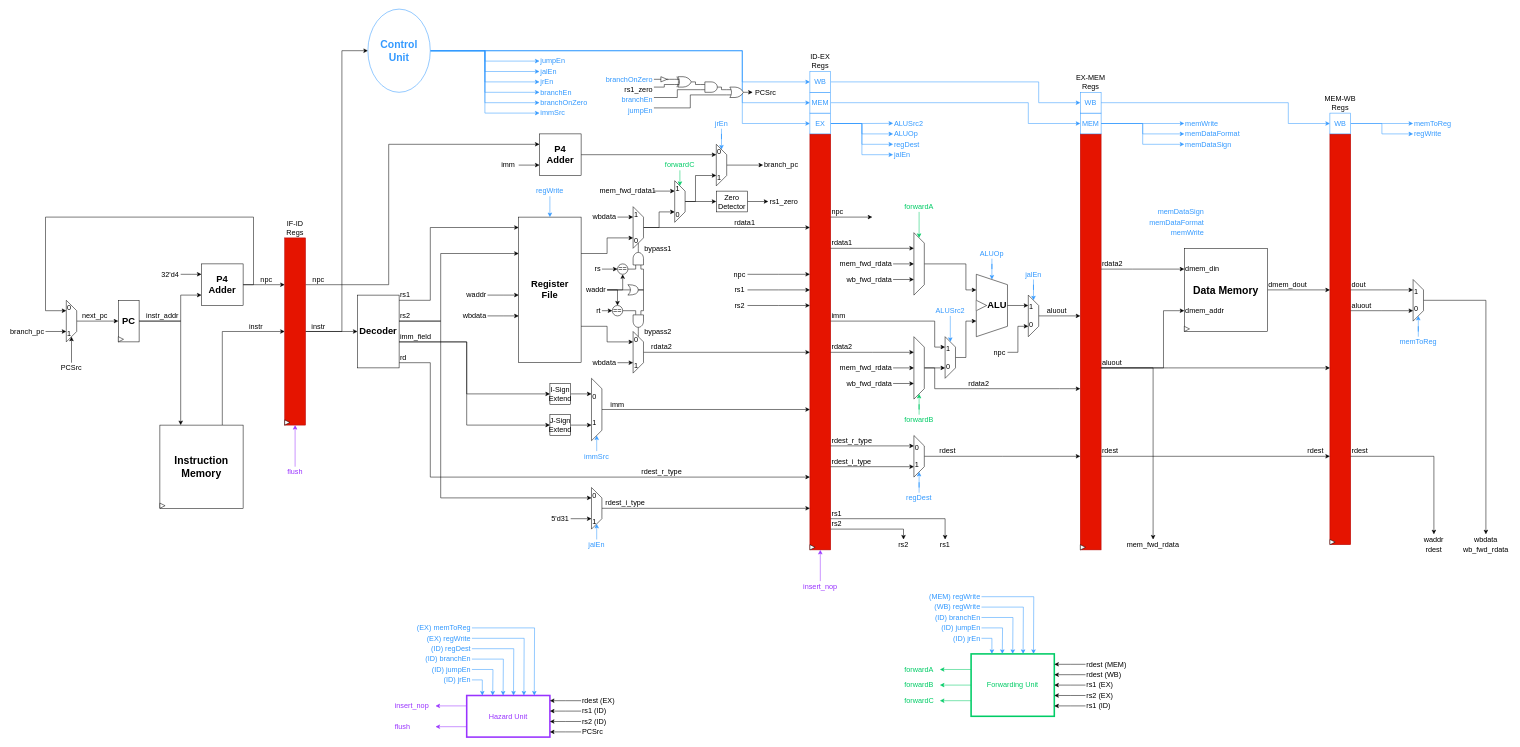
lorenzobadas/DLX keeps this draw.io diagram as docs/dlx_architecture.drawio. Above is the earlier version. Source tidied: cells renumbered, new cells numbered last; positions are measured from the earlier drawing's top-left corner, leaving out a move shared by most shapes. Both pictures are drawn from the tidied source at 52%, with x=0, y=0 at pixel (9, 9).
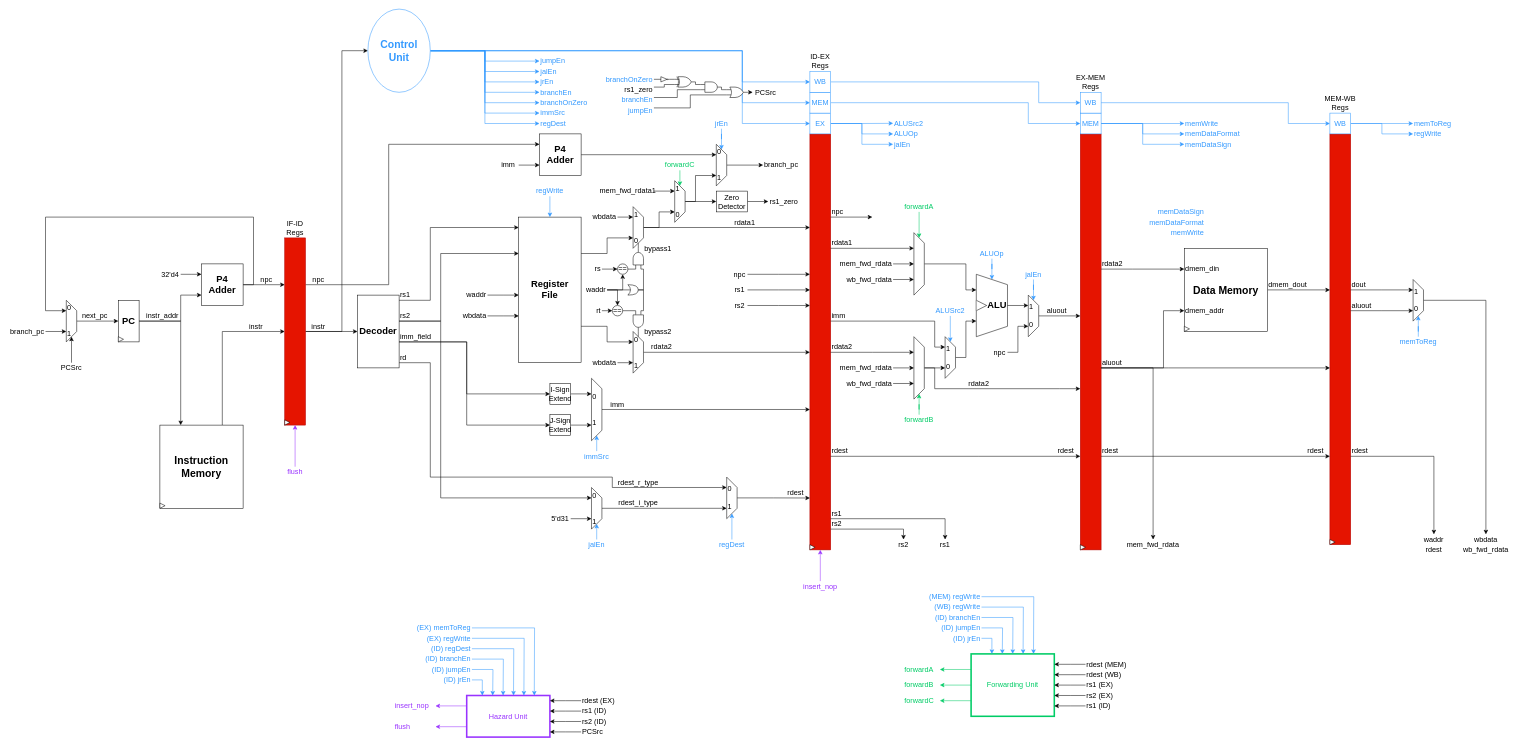
The same diagram, later.

Commit message:
update dlx_architecture

Unchanged cells that the change refers to:
```xml
<mxCell id="44" value="&lt;b&gt;&lt;font style=&quot;font-size: 20px;&quot;&gt;Control&lt;/font&gt;&lt;/b&gt;&lt;div&gt;&lt;b&gt;&lt;font style=&quot;font-size: 20px;&quot;&gt;Unit&lt;/font&gt;&lt;/b&gt;&lt;/div&gt;" style="ellipse;whiteSpace=wrap;html=1;fontColor=#3399FF;strokeColor=#3399FF;fontSize=14;" parent="1" vertex="1">
  <mxGeometry x="690" width="120" height="160" as="geometry" />
</mxCell>
<mxCell id="49" value="&lt;font style=&quot;color: rgb(51, 153, 255);&quot;&gt;EX&lt;/font&gt;" style="rounded=0;whiteSpace=wrap;html=1;strokeColor=#3399FF;fontSize=14;" parent="1" vertex="1">
  <mxGeometry x="1540" y="200" width="40" height="40" as="geometry" />
</mxCell>
<mxCell id="82" value="0&lt;div&gt;&lt;br&gt;&lt;/div&gt;&lt;div&gt;&lt;br&gt;&lt;/div&gt;&lt;div&gt;1&lt;/div&gt;" style="shape=trapezoid;perimeter=trapezoidPerimeter;whiteSpace=wrap;html=1;fixedSize=1;flipV=0;flipH=0;direction=south;align=left;fontSize=14;" parent="1" vertex="1">
  <mxGeometry x="1120" y="920" width="20" height="80" as="geometry" />
</mxCell>
```

The edit, as a diff of the source:
```diff
@@
+    <mxCell id="348" style="edgeStyle=orthogonalEdgeStyle;rounded=0;jettySize=auto;html=1;exitX=1;exitY=0.5;exitDx=0;exitDy=0;entryX=0;entryY=0.5;entryDx=0;entryDy=0;strokeColor=#3399FF;" parent="1" edge="1" source="44" target="224">
+      <mxGeometry relative="1" as="geometry" />
+    </mxCell>
@@
-    <mxCell id="47" style="edgeStyle=orthogonalEdgeStyle;rounded=0;jettySize=auto;html=1;exitX=1;exitY=0.5;exitDx=0;exitDy=0;entryX=0;entryY=0.5;entryDx=0;entryDy=0;strokeColor=#3399FF;fontSize=14;" parent="1" edge="1" source="49" target="224">
-      <mxGeometry relative="1" as="geometry" />
-    </mxCell>
@@
-    <mxCell id="80" style="endArrow=classic;html=1;rounded=0;edgeStyle=orthogonalEdgeStyle;fontSize=14;" parent="1" edge="1">
+    <mxCell id="80" style="endArrow=classic;html=1;rounded=0;edgeStyle=orthogonalEdgeStyle;fontSize=14;entryX=0.25;entryY=1;entryDx=0;entryDy=0;" parent="1" edge="1" target="215">
       <mxGeometry relative="1" as="geometry">
         <mxPoint x="750" y="680" as="sourcePoint" />
-        <mxPoint x="1540" y="900" as="targetPoint" />
         <Array as="points">
           <mxPoint x="810" y="680" />
           <mxPoint x="810" y="900" />
+          <mxPoint x="1160" y="900" />
+          <mxPoint x="1160" y="920" />
         </Array>
       </mxGeometry>
     </mxCell>
-    <mxCell id="81" style="rounded=0;jettySize=auto;html=1;exitX=0.5;exitY=0;exitDx=0;exitDy=0;fontSize=14;" parent="1" edge="1" source="82">
-      <mxGeometry relative="1" as="geometry">
-        <mxPoint x="1540" y="960" as="targetPoint" />
-      </mxGeometry>
+    <mxCell id="81" style="rounded=0;jettySize=auto;html=1;exitX=0.5;exitY=0;exitDx=0;exitDy=0;fontSize=14;entryX=0.75;entryY=1;entryDx=0;entryDy=0;" parent="1" edge="1" source="82" target="215">
+      <mxGeometry relative="1" as="geometry" />
     </mxCell>
@@
     <mxCell id="95" value="rdest_i_type" style="text;html=1;align=center;verticalAlign=middle;whiteSpace=wrap;rounded=0;fontSize=14;" parent="1" vertex="1">
-      <mxGeometry x="1140" y="940" width="90" height="20" as="geometry" />
+      <mxGeometry x="1160" y="940" width="100" height="20" as="geometry" />
     </mxCell>
     <mxCell id="96" value="rdest_r_type" style="text;html=1;align=center;verticalAlign=middle;whiteSpace=wrap;rounded=0;fontSize=14;" parent="1" vertex="1">
-      <mxGeometry x="1220" y="880" width="70" height="20" as="geometry" />
+      <mxGeometry x="1160" y="900" width="100" height="20" as="geometry" />
     </mxCell>
@@
-    <mxCell id="214" style="edgeStyle=orthogonalEdgeStyle;rounded=0;jettySize=auto;html=1;exitX=0.5;exitY=0;exitDx=0;exitDy=0;fontSize=14;" parent="1" edge="1" source="215">
+    <mxCell id="214" style="rounded=0;jettySize=auto;html=1;exitX=0;exitY=1;exitDx=0;exitDy=0;fontSize=14;edgeStyle=orthogonalEdgeStyle;" parent="1" edge="1" source="235">
       <mxGeometry relative="1" as="geometry">
         <mxPoint x="2060" y="860" as="targetPoint" />
+        <Array as="points">
+          <mxPoint x="1865" y="860" />
+          <mxPoint x="1865" y="860" />
+        </Array>
       </mxGeometry>
     </mxCell>
-    <mxCell id="215" value="0&lt;div&gt;&lt;br&gt;&lt;/div&gt;&lt;div&gt;1&lt;/div&gt;" style="shape=trapezoid;perimeter=trapezoidPerimeter;whiteSpace=wrap;html=1;fixedSize=1;flipV=0;flipH=0;direction=south;align=left;fontSize=14;" parent="1" vertex="1">
-      <mxGeometry x="1740" y="820" width="20" height="80" as="geometry" />
-    </mxCell>
-    <mxCell id="216" style="edgeStyle=orthogonalEdgeStyle;rounded=0;jettySize=auto;html=1;exitX=0.5;exitY=0;exitDx=0;exitDy=0;entryX=1;entryY=0.5;entryDx=0;entryDy=0;strokeColor=#3399FF;fontSize=14;" parent="1" edge="1" source="217" target="215">
-      <mxGeometry relative="1" as="geometry" />
-    </mxCell>
-    <mxCell id="217" value="&lt;font style=&quot;color: rgb(51, 153, 255);&quot;&gt;regDest&lt;/font&gt;" style="text;html=1;align=center;verticalAlign=middle;whiteSpace=wrap;rounded=0;fontSize=14;" parent="1" vertex="1">
-      <mxGeometry x="1720" y="930" width="60" height="20" as="geometry" />
-    </mxCell>
@@
-    <mxCell id="224" value="&lt;font color=&quot;#3399ff&quot;&gt;regDest&lt;/font&gt;" style="text;html=1;align=left;verticalAlign=middle;whiteSpace=wrap;rounded=0;fontSize=14;" parent="1" vertex="1">
-      <mxGeometry x="1700" y="250" width="60" height="20" as="geometry" />
-    </mxCell>
@@
     <mxCell id="226" value="&lt;font color=&quot;#3399ff&quot;&gt;jalEn&lt;/font&gt;" style="text;html=1;align=left;verticalAlign=middle;whiteSpace=wrap;rounded=0;fontSize=14;" parent="1" vertex="1">
-      <mxGeometry x="1700" y="270" width="60" height="20" as="geometry" />
+      <mxGeometry x="1700" y="250" width="60" height="20" as="geometry" />
     </mxCell>
@@
-    <mxCell id="234" style="edgeStyle=orthogonalEdgeStyle;rounded=0;jettySize=auto;html=1;exitX=0;exitY=1;exitDx=0;exitDy=0;entryX=0.25;entryY=1;entryDx=0;entryDy=0;fontSize=14;" parent="1" edge="1" source="235" target="215">
-      <mxGeometry relative="1" as="geometry">
-        <Array as="points">
-          <mxPoint x="1650" y="840" />
-          <mxPoint x="1650" y="840" />
-        </Array>
-      </mxGeometry>
-    </mxCell>
-    <mxCell id="235" value="rdest_r_type" style="text;html=1;align=left;verticalAlign=middle;whiteSpace=wrap;rounded=0;fontSize=14;" parent="1" vertex="1">
-      <mxGeometry x="1580" y="820" width="90" height="20" as="geometry" />
+    <mxCell id="235" value="rdest" style="text;html=1;align=left;verticalAlign=middle;whiteSpace=wrap;rounded=0;fontSize=14;" parent="1" vertex="1">
+      <mxGeometry x="1580" y="840" width="90" height="20" as="geometry" />
     </mxCell>
-    <mxCell id="236" style="edgeStyle=orthogonalEdgeStyle;rounded=0;jettySize=auto;html=1;exitX=0;exitY=1;exitDx=0;exitDy=0;entryX=0.75;entryY=1;entryDx=0;entryDy=0;fontSize=14;" parent="1" edge="1" source="237" target="215">
-      <mxGeometry relative="1" as="geometry">
-        <Array as="points">
-          <mxPoint x="1650" y="880" />
-          <mxPoint x="1650" y="880" />
-        </Array>
-      </mxGeometry>
-    </mxCell>
-    <mxCell id="237" value="rdest_i_type" style="text;html=1;align=left;verticalAlign=middle;whiteSpace=wrap;rounded=0;fontSize=14;" parent="1" vertex="1">
-      <mxGeometry x="1580" y="860" width="90" height="20" as="geometry" />
-    </mxCell>
-    <mxCell id="238" value="rdest" style="text;html=1;align=center;verticalAlign=middle;whiteSpace=wrap;rounded=0;fontSize=14;" parent="1" vertex="1">
-      <mxGeometry x="1760" y="840" width="90" height="20" as="geometry" />
-    </mxCell>
@@
+    <mxCell id="224" value="&lt;font style=&quot;color: rgb(51, 153, 255);&quot;&gt;regDest&lt;/font&gt;" style="text;html=1;align=left;verticalAlign=middle;whiteSpace=wrap;rounded=0;fontSize=14;" parent="1" vertex="1">
+      <mxGeometry x="1020" y="210" width="60" height="20" as="geometry" />
+    </mxCell>
+    <mxCell id="349" style="edgeStyle=orthogonalEdgeStyle;rounded=0;jettySize=auto;html=1;exitX=0.5;exitY=0;exitDx=0;exitDy=0;" parent="1" edge="1" source="215">
+      <mxGeometry relative="1" as="geometry">
+        <mxPoint x="1540" y="940.2" as="targetPoint" />
+      </mxGeometry>
+    </mxCell>
+    <mxCell id="215" value="0&lt;div&gt;&lt;br&gt;&lt;/div&gt;&lt;div&gt;1&lt;/div&gt;" style="shape=trapezoid;perimeter=trapezoidPerimeter;whiteSpace=wrap;html=1;fixedSize=1;flipV=0;flipH=0;direction=south;align=left;fontSize=14;" parent="1" vertex="1">
+      <mxGeometry x="1380" y="900" width="20" height="80" as="geometry" />
+    </mxCell>
+    <mxCell id="216" style="edgeStyle=orthogonalEdgeStyle;rounded=0;jettySize=auto;html=1;exitX=0.5;exitY=0;exitDx=0;exitDy=0;entryX=1;entryY=0.5;entryDx=0;entryDy=0;strokeColor=#3399FF;fontSize=14;" parent="1" edge="1" source="217" target="215">
+      <mxGeometry relative="1" as="geometry" />
+    </mxCell>
+    <mxCell id="217" value="&lt;font style=&quot;color: rgb(51, 153, 255);&quot;&gt;regDest&lt;/font&gt;" style="text;html=1;align=center;verticalAlign=middle;whiteSpace=wrap;rounded=0;fontSize=14;" parent="1" vertex="1">
+      <mxGeometry x="1360" y="1020" width="60" height="20" as="geometry" />
+    </mxCell>
+    <mxCell id="350" value="rdest" style="text;html=1;align=right;verticalAlign=middle;whiteSpace=wrap;rounded=0;fontSize=14;" parent="1" vertex="1">
+      <mxGeometry x="1480" y="920" width="50" height="20" as="geometry" />
+    </mxCell>
+    <mxCell id="351" value="rdest" style="text;html=1;align=right;verticalAlign=middle;whiteSpace=wrap;rounded=0;fontSize=14;" parent="1" vertex="1">
+      <mxGeometry x="2000" y="840" width="50" height="20" as="geometry" />
+    </mxCell>
```
